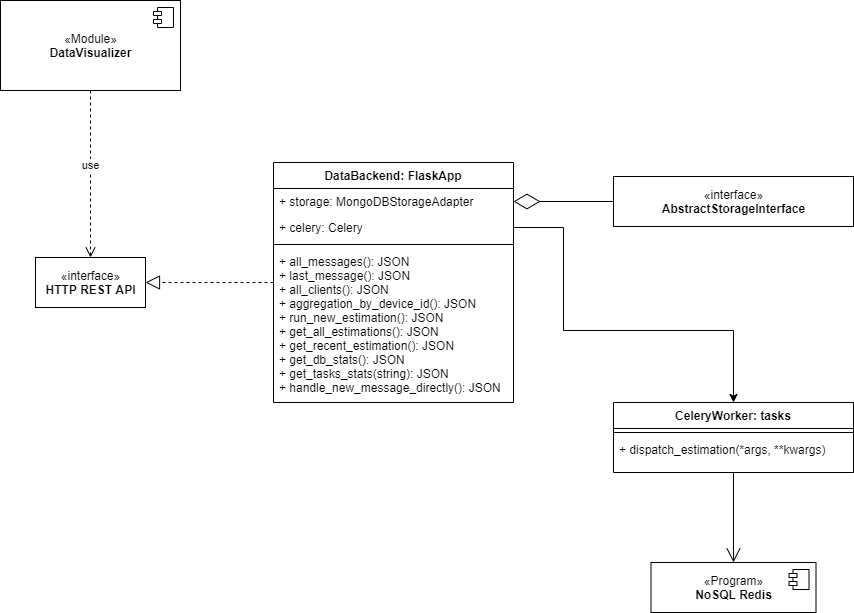
Earlier version of the draw.io export docs/schemes/classes/ClassDiagram-ui_subsystem.png (Kirkirillka/GPS_Tracker). Source tidied: cells renumbered, new cells last; positions are measured from the earlier drawing's top-left corner, leaving out a move shared by most shapes.
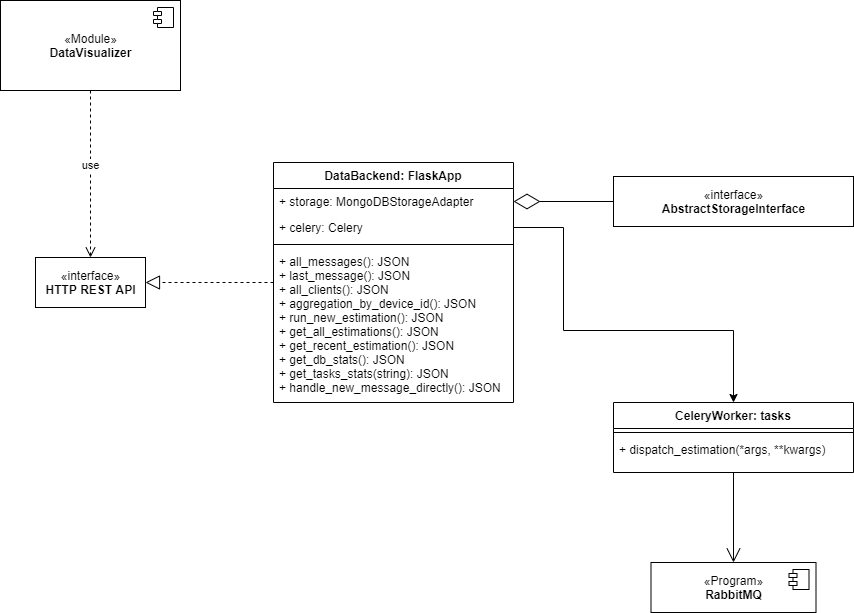
Above is the later version.

Commit message:
RabbitMQ instead of Redis

What changed in the source:
```diff
@@ -58,7 +58,7 @@
         </Array>
       </mxGeometry>
     </mxCell>
-    <mxCell id="18" value="«Program»&lt;br&gt;&lt;b&gt;NoSQL Redis&lt;/b&gt;" style="html=1;" parent="1" vertex="1">
+    <mxCell id="18" value="«Program»&lt;br&gt;&lt;b&gt;RabbitMQ&lt;/b&gt;" style="html=1;" parent="1" vertex="1">
       <mxGeometry x="650.5" y="562" width="165" height="50" as="geometry" />
     </mxCell>
     <mxCell id="19" style="shape=component;jettyWidth=8;jettyHeight=4;" parent="18" vertex="1">
```
